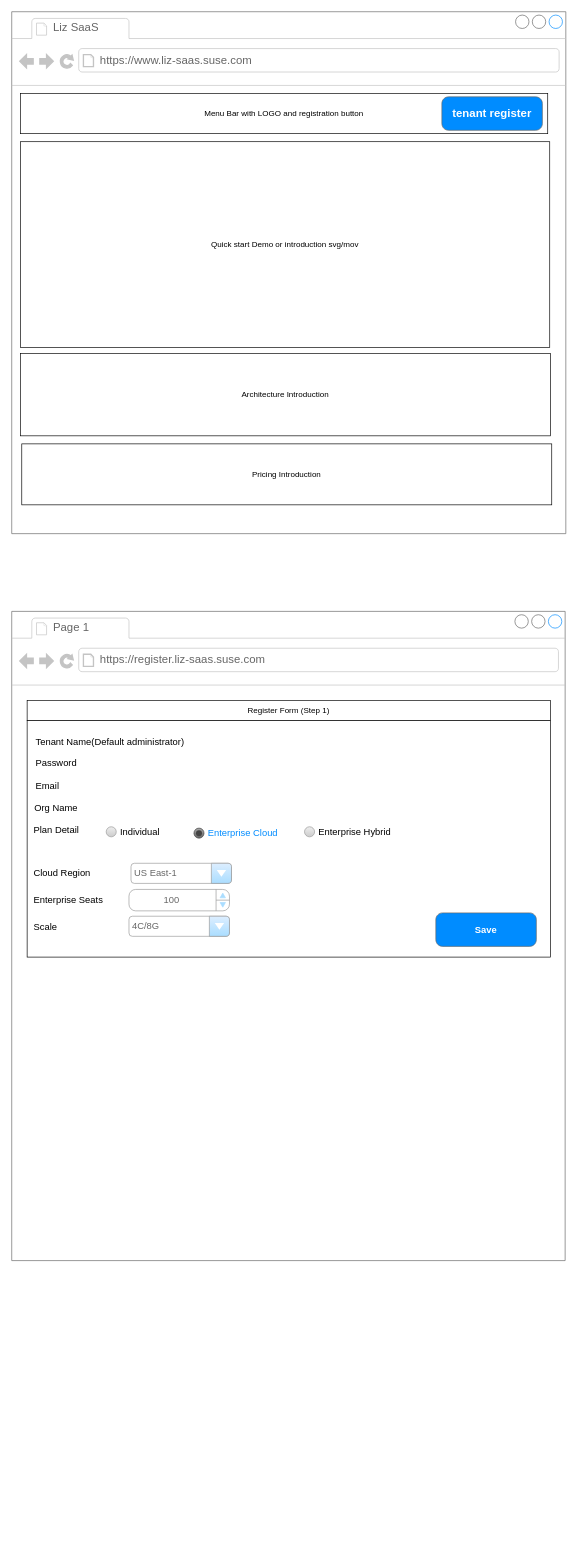
Above: liz-ui.drawio in JacieChao/jacie-docs (draw.io), before the change. Source tidied: cells renumbered, new cells numbered last; positions are measured from the earlier drawing's top-left corner, leaving out a move shared by most shapes. Both pictures are drawn from the tidied source at 67%, with x=0, y=0 at pixel (11, 11).
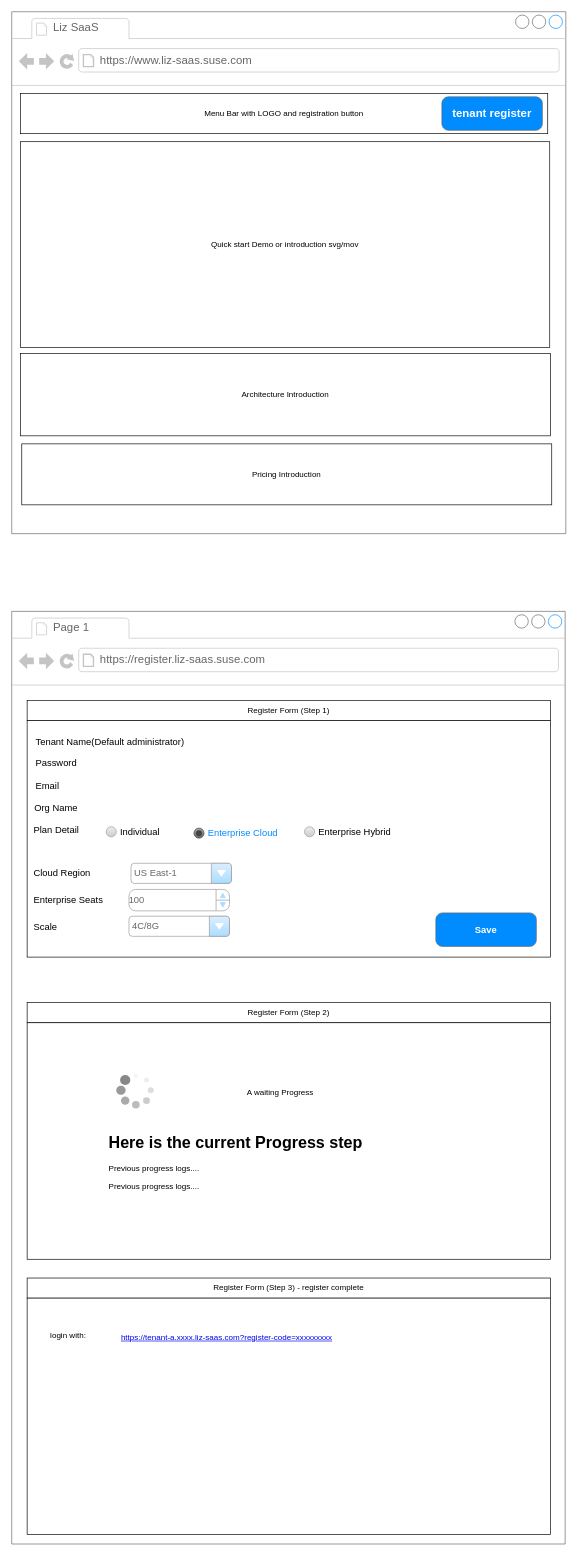
Above is the later version.

Unchanged cells that the change refers to:
```xml
<mxCell id="13" style="group;" parent="10" vertex="1">
  <mxGeometry x="23" y="133" width="781" height="383" as="geometry" />
</mxCell>
```

Change to the diagram source:
```diff
@@
     <mxCell id="10" style="strokeWidth=1;shadow=0;dashed=0;align=center;html=1;shape=mxgraph.mockup.containers.browserWindow;rSize=0;strokeColor=#666666;strokeColor2=#008cff;strokeColor3=#c4c4c4;mainText=,;" parent="1" vertex="1">
-      <mxGeometry y="895" width="826" height="969" as="geometry" />
+      <mxGeometry y="895" width="826" height="1392" as="geometry" />
     </mxCell>
@@
-    <mxCell id="32" value="&lt;table cellpadding=&quot;0&quot; cellspacing=&quot;0&quot; style=&quot;width:100%;height:100%;&quot;&gt;&lt;tbody&gt;&lt;tr&gt;&lt;td style=&quot;width:85%&quot;&gt;100&lt;/td&gt;&lt;td style=&quot;width:15%&quot;&gt;&lt;/td&gt;&lt;/tr&gt;&lt;/tbody&gt;&lt;/table&gt;" style="strokeWidth=1;shadow=0;dashed=0;align=center;html=1;shape=mxgraph.mockup.forms.spinner;strokeColor=#999999;spinLayout=right;spinStyle=normal;adjStyle=triangle;fillColor=#aaddff;fontSize=14;fontColor=#666666;mainText=;html=1;overflow=fill;" parent="13" vertex="1">
+    <mxCell id="32" value="&lt;table cellpadding=&quot;0&quot; cellspacing=&quot;0&quot; style=&quot;width:100%;height:100%;&quot;&gt;&lt;tbody&gt;&lt;tr&gt;&lt;td style=&quot;width:85%&quot;&gt;100&lt;/td&gt;&lt;td style=&quot;width:15%&quot;&gt;&lt;/td&gt;&lt;/tr&gt;&lt;/tbody&gt;&lt;/table&gt;" style="strokeWidth=1;shadow=0;dashed=0;align=left;html=1;shape=mxgraph.mockup.forms.spinner;strokeColor=#999999;spinLayout=right;spinStyle=normal;adjStyle=triangle;fillColor=#aaddff;fontSize=14;fontColor=#666666;mainText=;html=1;overflow=fill;" parent="13" vertex="1">
       <mxGeometry x="152" y="282" width="150" height="32" as="geometry" />
     </mxCell>
@@
+    <mxCell id="35" style="group;" parent="10" vertex="1">
+      <mxGeometry x="23" y="584" width="781" height="383" as="geometry" />
+    </mxCell>
+    <mxCell id="36" value="Register Form (Step 2)" style="rounded=0;whiteSpace=wrap;html=1;" parent="35" vertex="1">
+      <mxGeometry width="781" height="30" as="geometry" />
+    </mxCell>
+    <mxCell id="37" style="rounded=0;whiteSpace=wrap;html=1;" parent="35" vertex="1">
+      <mxGeometry y="30" width="781" height="353" as="geometry" />
+    </mxCell>
+    <mxCell id="38" style="verticalLabelPosition=bottom;shadow=0;dashed=0;align=center;html=1;verticalAlign=top;strokeWidth=1;shape=mxgraph.mockup.misc.loading_circle_1;" parent="35" vertex="1">
+      <mxGeometry x="133" y="106" width="56" height="52" as="geometry" />
+    </mxCell>
+    <mxCell id="39" value="A waiting Progress" style="text;html=1;whiteSpace=wrap;strokeColor=none;fillColor=none;align=center;verticalAlign=middle;rounded=0;" parent="35" vertex="1">
+      <mxGeometry x="218" y="120" width="320" height="30" as="geometry" />
+    </mxCell>
+    <mxCell id="40" value="&lt;h1 style=&quot;margin-top: 0px;&quot;&gt;Here is the current Progress step&lt;/h1&gt;&lt;p&gt;Previous progress logs....&lt;/p&gt;&lt;p&gt;Previous progress logs....&lt;/p&gt;" style="text;html=1;whiteSpace=wrap;overflow=hidden;rounded=0;" parent="35" vertex="1">
+      <mxGeometry x="120" y="189" width="544" height="120" as="geometry" />
+    </mxCell>
+    <mxCell id="41" style="group;" parent="10" vertex="1">
+      <mxGeometry x="23" y="995" width="781" height="383" as="geometry" />
+    </mxCell>
+    <mxCell id="42" value="Register Form (Step 3) - register complete" style="rounded=0;whiteSpace=wrap;html=1;" parent="41" vertex="1">
+      <mxGeometry width="781" height="30" as="geometry" />
+    </mxCell>
+    <mxCell id="43" style="rounded=0;whiteSpace=wrap;html=1;" parent="41" vertex="1">
+      <mxGeometry y="30" width="781" height="353" as="geometry" />
+    </mxCell>
+    <mxCell id="44" value="https://tenant-a.xxxx.liz-saas.com?register-code=xxxxxxxxx" style="text;html=1;strokeColor=none;fillColor=none;whiteSpace=wrap;align=center;verticalAlign=middle;fontColor=#0000EE;fontStyle=4;" parent="41" vertex="1">
+      <mxGeometry x="111" y="69" width="374" height="40" as="geometry" />
+    </mxCell>
+    <mxCell id="45" value="login with:" style="text;html=1;whiteSpace=wrap;strokeColor=none;fillColor=none;align=center;verticalAlign=middle;rounded=0;" parent="41" vertex="1">
+      <mxGeometry x="26" y="73" width="71" height="26" as="geometry" />
+    </mxCell>
```
